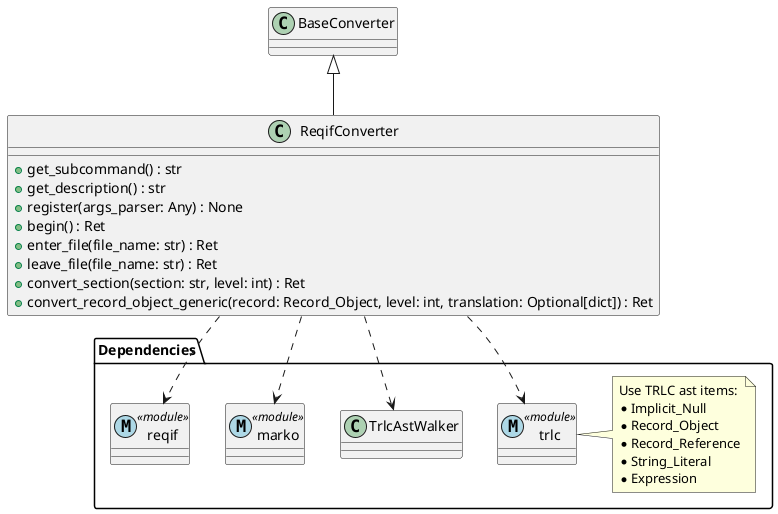
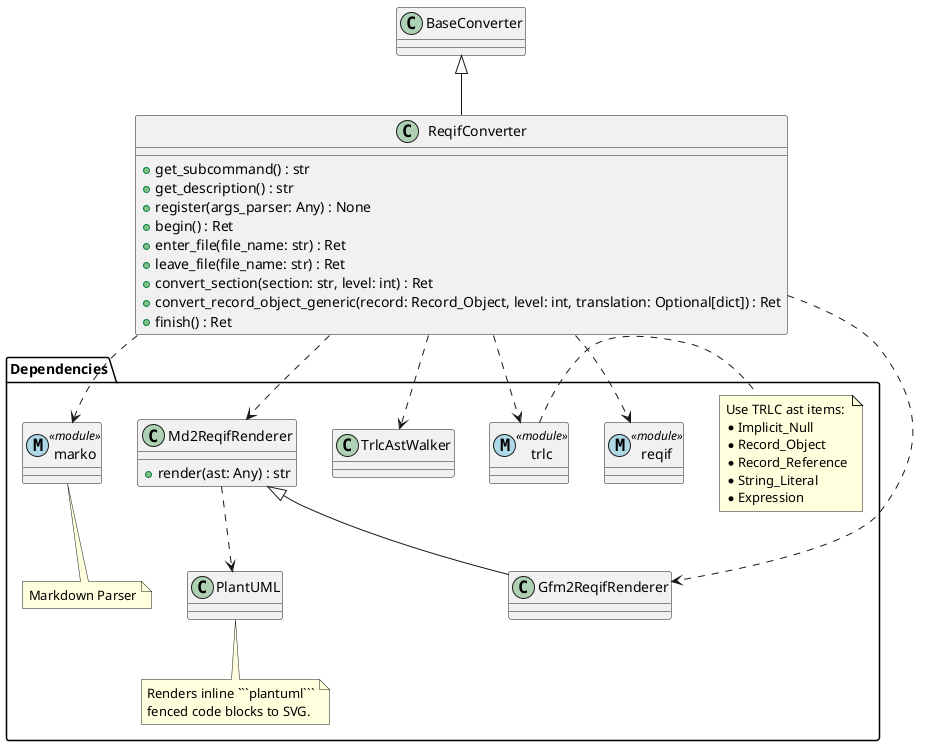
@startuml

class BaseConverter {
}
class ReqifConverter extends BaseConverter {
    +get_subcommand() : str
    +get_description() : str
    +register(args_parser: Any) : None
    +begin() : Ret
    +enter_file(file_name: str) : Ret
    +leave_file(file_name: str) : Ret
    +convert_section(section: str, level: int) : Ret
    +convert_record_object_generic(record: Record_Object, level: int, translation: Optional[dict]) : Ret
+     +finish() : Ret
}


package "Dependencies" {

    class "trlc" <<(M ,lightblue) module>>{
    }

    note right of "trlc"
        Use TRLC ast items:
        * Implicit_Null
        * Record_Object
        * Record_Reference
        * String_Literal
        * Expression
    end note

    class TrlcAstWalker {
    }

+     class Md2ReqifRenderer {
+         + render(ast: Any) : str
+     }
+ 
+     class Gfm2ReqifRenderer extends Md2ReqifRenderer {
+     }
+ 
    class "marko" <<(M ,lightblue) module>> {
    }
+     note bottom of "marko"
+         Markdown Parser
+     end note
+ 
+     class PlantUML {
+     }
+     note bottom of PlantUML
+         Renders inline ```plantuml```
+         fenced code blocks to SVG.
+     end note

    class "reqif" <<(M ,lightblue) module>> {
    }
}

ReqifConverter ..> "trlc"
ReqifConverter ..> TrlcAstWalker
+ ReqifConverter ..> Md2ReqifRenderer
+ ReqifConverter ..> Gfm2ReqifRenderer
ReqifConverter ..> "marko"
ReqifConverter ..> "reqif"
+ Md2ReqifRenderer ..> PlantUML

@enduml
